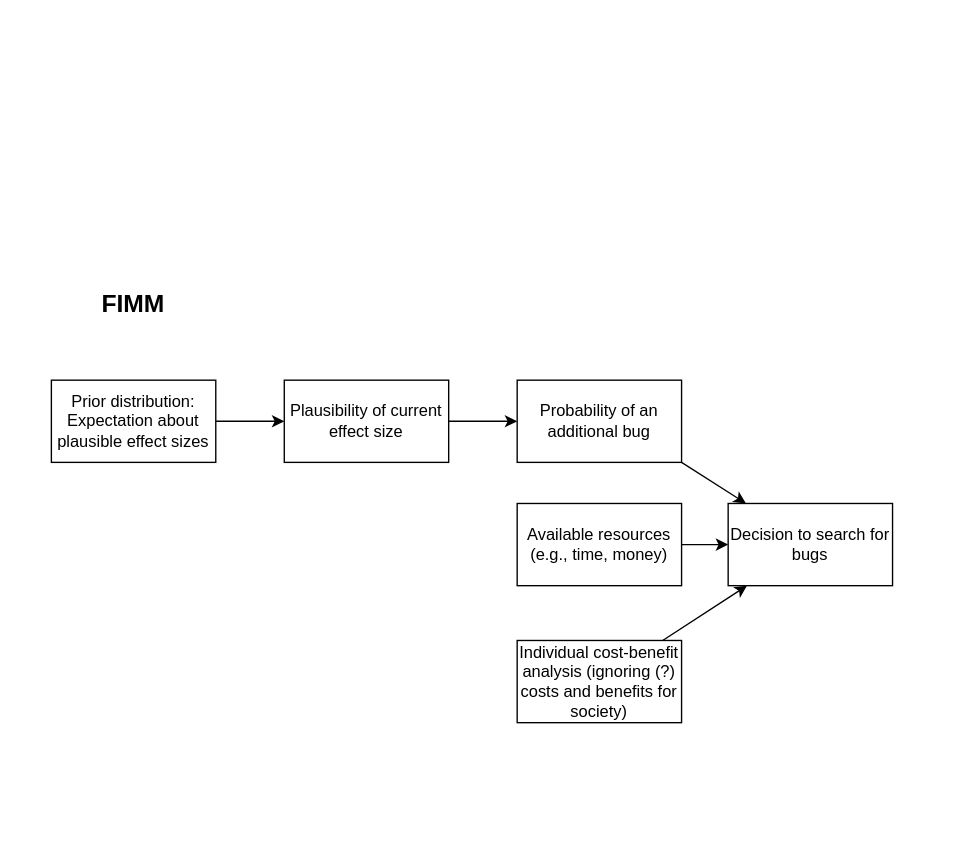
This is scientific_errors_VAST.drawio from nicebread/scientific_errors, a draw.io file, before an edit. Source tidied: cells renumbered, new cells numbered last; positions are measured from the earlier drawing's top-left corner, leaving out a move shared by most shapes. Both pictures are drawn from the tidied source at 137%, with x=0, y=0 at pixel (51, 284).
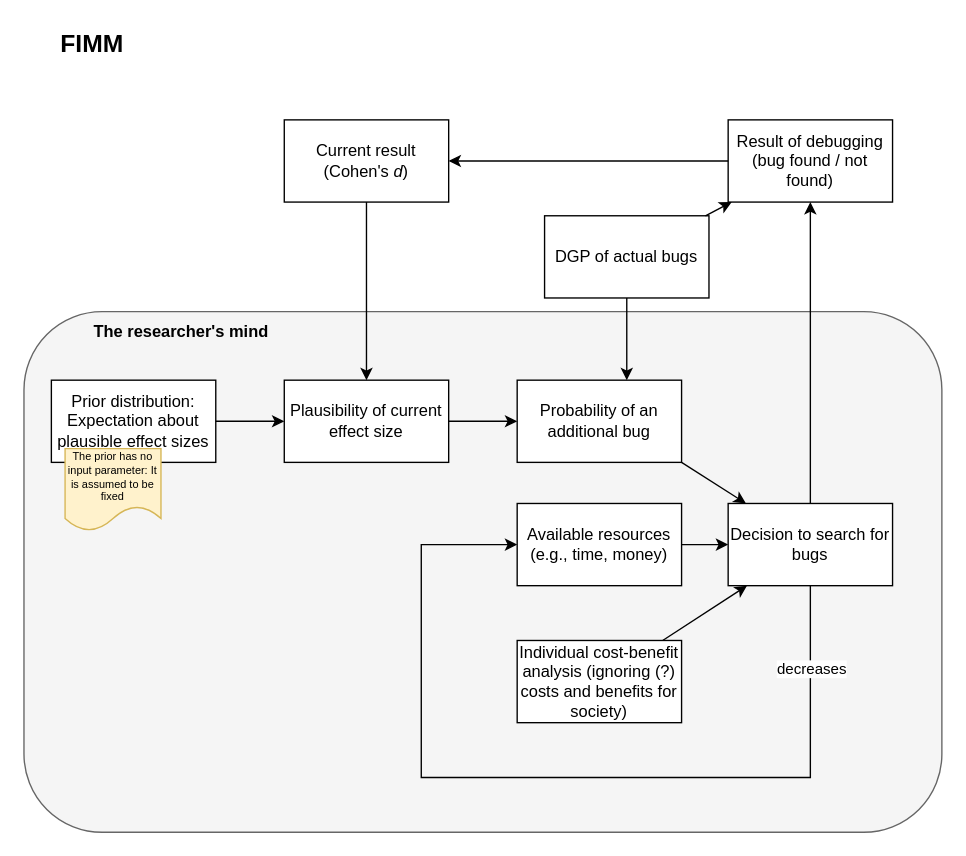
The same page after the edit.

The change refers to these unchanged cells:
```xml
<mxCell id="2" value="Plausibility of current effect size" style="rounded=0;whiteSpace=wrap;html=1;" parent="1" vertex="1">
  <mxGeometry x="170" y="70" width="120" height="60" as="geometry" />
</mxCell>
<mxCell id="4" value="Decision to search for bugs" style="rounded=0;whiteSpace=wrap;html=1;" parent="1" vertex="1">
  <mxGeometry x="494" y="160" width="120" height="60" as="geometry" />
</mxCell>
<mxCell id="6" value="Available resources (e.g., time, money)" style="rounded=0;whiteSpace=wrap;html=1;" parent="1" vertex="1">
  <mxGeometry x="340" y="160" width="120" height="60" as="geometry" />
</mxCell>
<mxCell id="10" value="Probability of an additional bug" style="rounded=0;whiteSpace=wrap;html=1;" parent="1" vertex="1">
  <mxGeometry x="340" y="70" width="120" height="60" as="geometry" />
</mxCell>
```

Change to the diagram source:
```diff
@@
+    <mxCell id="14" style="group;" parent="1" vertex="1">
+      <mxGeometry x="-20" y="20" width="670" height="380" as="geometry" />
+    </mxCell>
+    <mxCell id="15" style="rounded=1;whiteSpace=wrap;html=1;fillColor=#f5f5f5;fontColor=#333333;strokeColor=#666666;" parent="14" vertex="1">
+      <mxGeometry width="670" height="380" as="geometry" />
+    </mxCell>
+    <mxCell id="16" value="The researcher's mind" style="text;html=1;strokeColor=none;fillColor=none;align=center;verticalAlign=middle;whiteSpace=wrap;rounded=0;fontStyle=1;" parent="14" vertex="1">
+      <mxGeometry x="20" width="190" height="30" as="geometry" />
+    </mxCell>
@@
     <mxCell id="3" value="FIMM" style="text;html=1;strokeColor=none;fillColor=none;align=center;verticalAlign=middle;whiteSpace=wrap;rounded=0;fontStyle=1;fontSize=18;" parent="1" vertex="1">
-      <mxGeometry x="30" width="60" height="30" as="geometry" />
+      <mxGeometry y="-190" width="60" height="30" as="geometry" />
     </mxCell>
+    <mxCell id="17" style="edgeStyle=orthogonalEdgeStyle;rounded=0;jettySize=auto;html=1;exitX=0.5;exitY=1;exitDx=0;exitDy=0;entryX=0;entryY=0.5;entryDx=0;entryDy=0;" parent="1" edge="1" source="4" target="6">
+      <mxGeometry relative="1" as="geometry">
+        <Array as="points">
+          <mxPoint x="554" y="360" />
+          <mxPoint x="270" y="360" />
+          <mxPoint x="270" y="190" />
+        </Array>
+      </mxGeometry>
+    </mxCell>
+    <mxCell id="18" value="decreases" style="edgeLabel;html=1;align=center;verticalAlign=middle;" parent="17" vertex="1">
+      <mxGeometry x="-0.82" relative="1" as="geometry" />
+    </mxCell>
@@
+    <mxCell id="19" value="Result of debugging&lt;br&gt;(bug found / not found)" style="rounded=0;whiteSpace=wrap;html=1;" parent="1" vertex="1">
+      <mxGeometry x="494" y="-120" width="120" height="60" as="geometry" />
+    </mxCell>
+    <mxCell id="20" style="endArrow=classic;html=1;rounded=0;" parent="1" edge="1" source="4" target="19">
+      <mxGeometry relative="1" as="geometry" />
+    </mxCell>
+    <mxCell id="21" value="DGP of actual bugs" style="rounded=0;whiteSpace=wrap;html=1;" parent="1" vertex="1">
+      <mxGeometry x="360" y="-50" width="120" height="60" as="geometry" />
+    </mxCell>
+    <mxCell id="22" style="endArrow=classic;html=1;rounded=0;" parent="1" edge="1" source="21" target="19">
+      <mxGeometry relative="1" as="geometry" />
+    </mxCell>
+    <mxCell id="23" style="endArrow=classic;html=1;rounded=0;edgeStyle=orthogonalEdgeStyle;" parent="1" edge="1" source="19" target="24">
+      <mxGeometry relative="1" as="geometry" />
+    </mxCell>
+    <mxCell id="24" value="Current result (Cohen's &lt;i&gt;d&lt;/i&gt;)" style="rounded=0;whiteSpace=wrap;html=1;" parent="1" vertex="1">
+      <mxGeometry x="170" y="-120" width="120" height="60" as="geometry" />
+    </mxCell>
+    <mxCell id="25" style="endArrow=classic;html=1;rounded=0;" parent="1" edge="1" source="24" target="2">
+      <mxGeometry relative="1" as="geometry" />
+    </mxCell>
+    <mxCell id="26" style="endArrow=classic;html=1;rounded=0;edgeStyle=orthogonalEdgeStyle;" parent="1" edge="1" source="21" target="10">
+      <mxGeometry relative="1" as="geometry">
+        <Array as="points">
+          <mxPoint x="420" y="-10" />
+          <mxPoint x="420" y="-10" />
+        </Array>
+      </mxGeometry>
+    </mxCell>
+    <mxCell id="27" value="The prior has no input parameter: It is assumed to be fixed" style="shape=document;whiteSpace=wrap;html=1;boundedLbl=1;fontSize=8;fillColor=#fff2cc;strokeColor=#d6b656;" parent="1" vertex="1">
+      <mxGeometry x="10" y="120" width="70" height="60" as="geometry" />
+    </mxCell>
```
